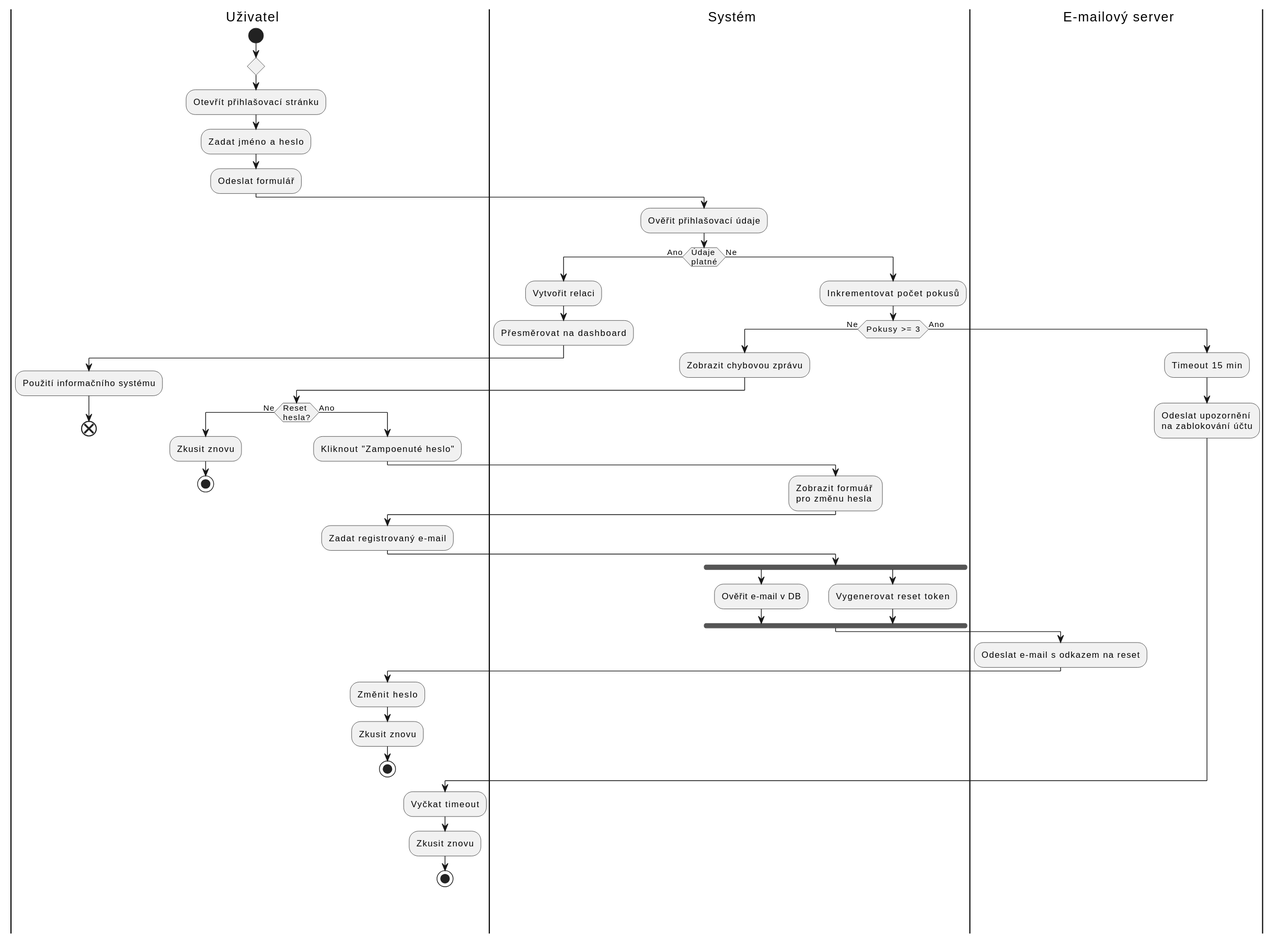
The PlantUML diagram presentation/ActionDiagram_v1.svg in MasnfeldM/PIS, before a commit.
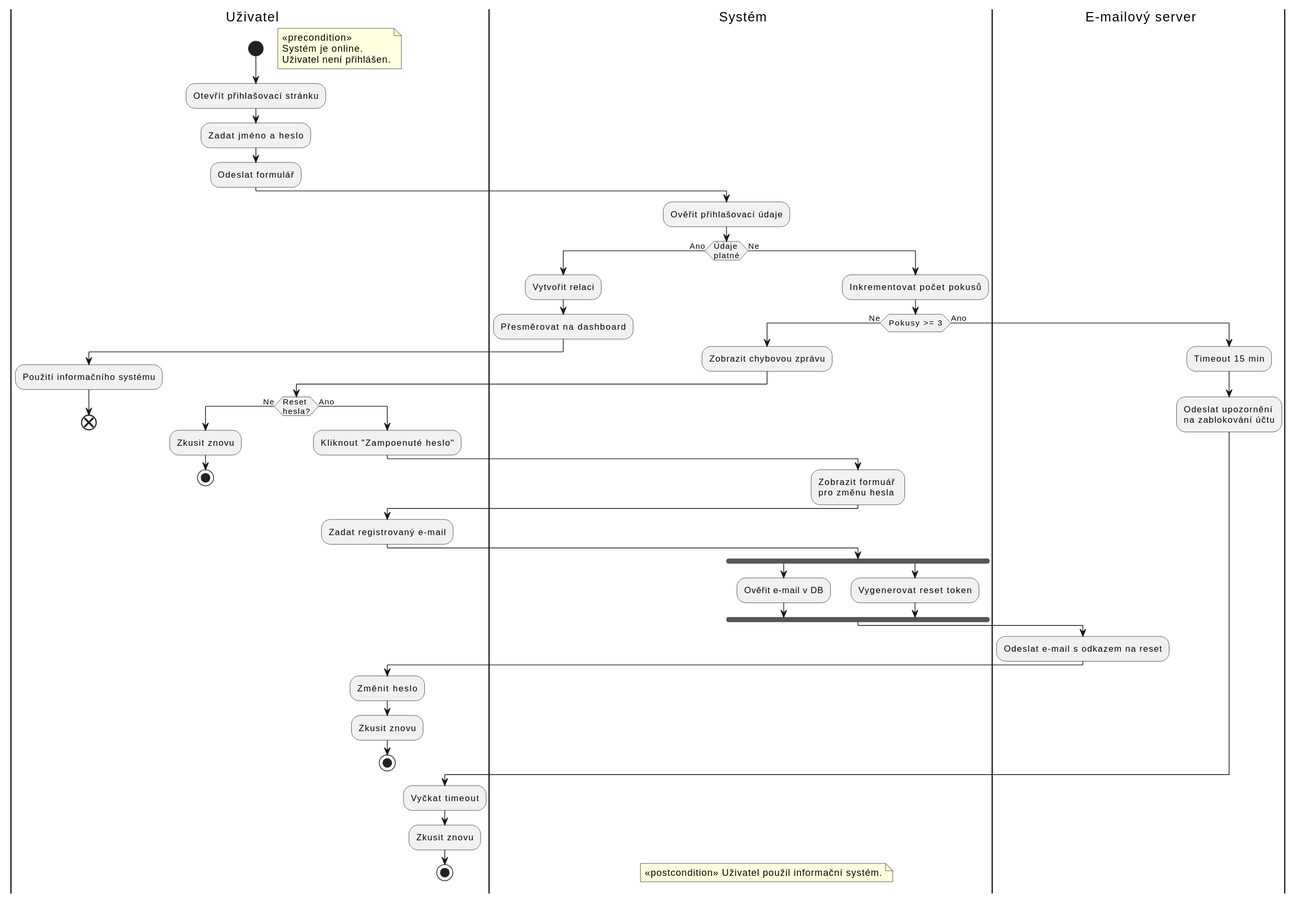
After the commit.

Change to the diagram source:
```diff
@@ -1,7 +1,7 @@
 @startuml
 |User| Uživatel
 start
-repeat
+floating note right: <<precondition>>\nSystém je online.\nUživatel není přihlášen.
 :Otevřít přihlašovací stránku;
 :Zadat jméno a heslo;
 :Odeslat formulář;
@@ -20,8 +20,8 @@
     :Zobrazit chybovou zprávu;
     |User|
     if(Reset\nhesla?)then(Ne)
-     :Zkusit znovu;
-     stop
+      :Zkusit znovu;
+      stop
     else(Ano)
       :Kliknout "Zampoenuté heslo";
       |Sys|
@@ -45,12 +45,11 @@
     |Email|
     :Timeout 15 min;
     :Odeslat upozornění\nna zablokování účtu;
-
   endif
     |User|
     :Vyčkat timeout;
-
     :Zkusit znovu;
-
-  stop
+    stop
+|Sys|
+floating note : <<postcondition>> Uživatel použil informační systém.
 @enduml
```
